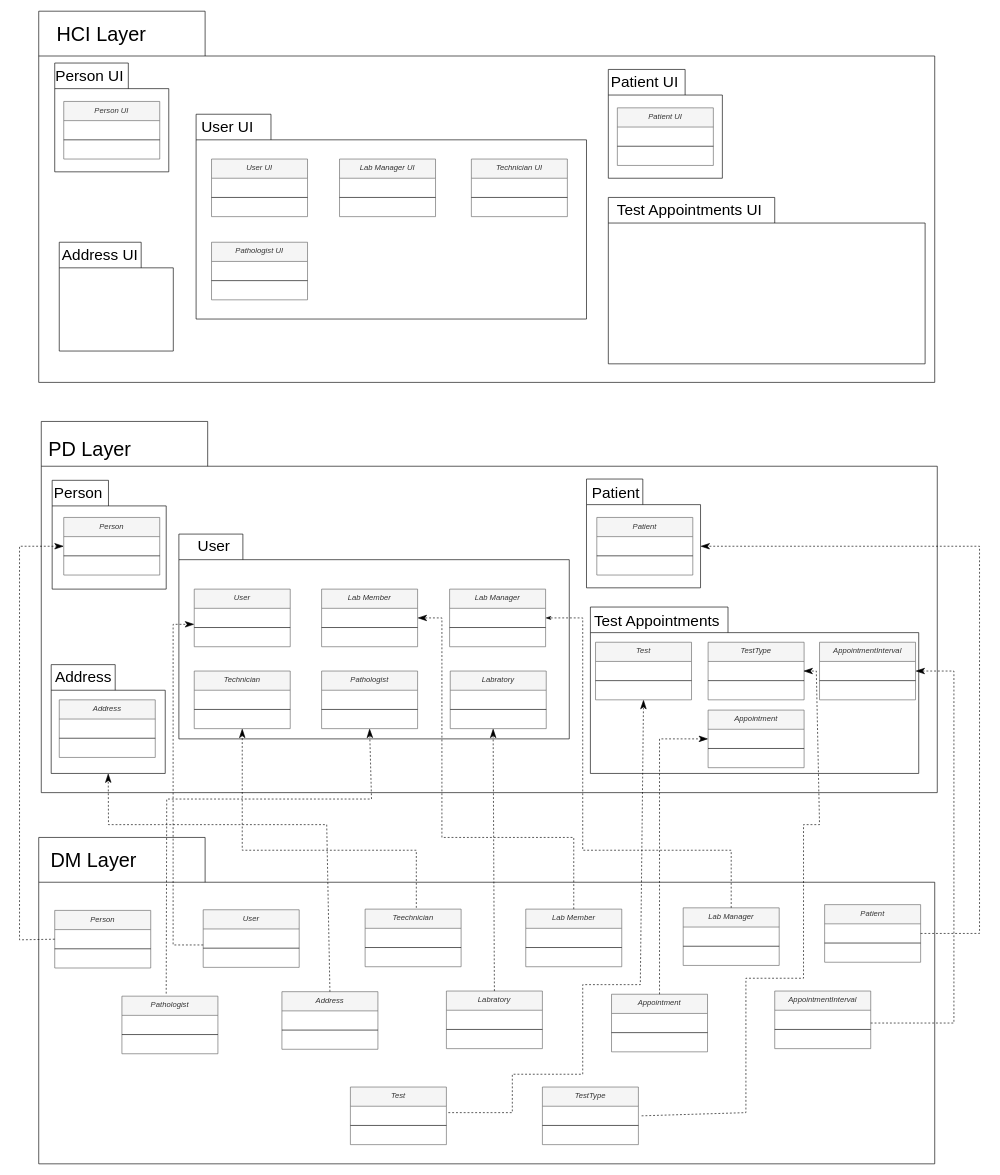
Earlier version of the draw.io diagram PackageDiagram.drawio (ArashSameni/SoftwareEngineering). Source tidied: cells renumbered, new cells numbered last; positions are measured from the earlier drawing's top-left corner, leaving out a move shared by most shapes. Both pictures are drawn from the tidied source at 64%, with x=0, y=0 at pixel (19, 11).
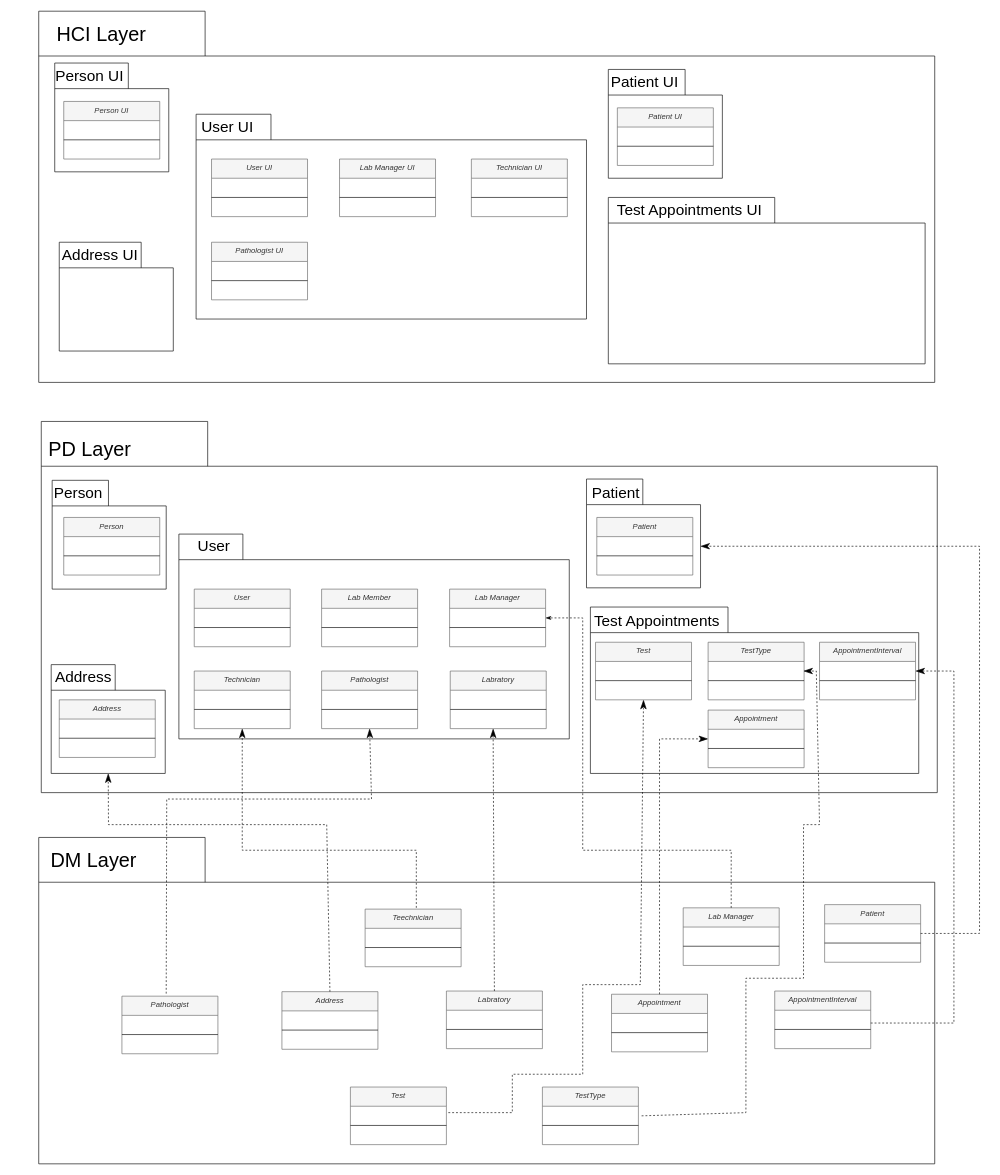
Above is the later version.

Unchanged cells that the change refers to:
```xml
<mxCell id="36" value="Person" style="swimlane;fontStyle=2;align=center;verticalAlign=top;horizontal=1;startSize=30;rounded=0;shadow=0;strokeWidth=1;fillColor=#f5f5f5;fontColor=#333333;strokeColor=#666666;" parent="1" vertex="1">
  <mxGeometry x="69.1" y="791" width="150" height="90" as="geometry" />
</mxCell>
<mxCell id="45" value="Lab Member" style="swimlane;fontStyle=2;align=center;verticalAlign=top;horizontal=1;startSize=30;rounded=0;shadow=0;strokeWidth=1;fillColor=#f5f5f5;fontColor=#333333;strokeColor=#666666;" parent="1" vertex="1">
  <mxGeometry x="472" y="903" width="150" height="90" as="geometry" />
</mxCell>
```

The edit, as a diff of the source:
```diff
@@
-    <mxCell id="4" value="Person" style="swimlane;fontStyle=2;align=center;verticalAlign=top;horizontal=1;startSize=30;rounded=0;shadow=0;strokeWidth=1;fillColor=#f5f5f5;fontColor=#333333;strokeColor=#666666;" parent="1" vertex="1">
-      <mxGeometry x="55" y="1405" width="150" height="90" as="geometry" />
-    </mxCell>
-    <mxCell id="5" style="line;html=1;strokeWidth=1;align=left;verticalAlign=middle;spacingTop=-1;spacingLeft=3;spacingRight=3;labelPosition=right;" parent="4" vertex="1">
-      <mxGeometry y="30" width="150" height="60" as="geometry" />
-    </mxCell>
-    <mxCell id="6" value="User" style="swimlane;fontStyle=2;align=center;verticalAlign=top;horizontal=1;startSize=30;rounded=0;shadow=0;strokeWidth=1;fillColor=#f5f5f5;fontColor=#333333;strokeColor=#666666;" parent="1" vertex="1">
-      <mxGeometry x="287" y="1404" width="150" height="90" as="geometry" />
-    </mxCell>
-    <mxCell id="7" style="line;html=1;strokeWidth=1;align=left;verticalAlign=middle;spacingTop=-1;spacingLeft=3;spacingRight=3;labelPosition=right;" parent="6" vertex="1">
-      <mxGeometry y="30" width="150" height="60" as="geometry" />
-    </mxCell>
@@
-    <mxCell id="10" value="Lab Member" style="swimlane;fontStyle=2;align=center;verticalAlign=top;horizontal=1;startSize=30;rounded=0;shadow=0;strokeWidth=1;fillColor=#f5f5f5;fontColor=#333333;strokeColor=#666666;" parent="1" vertex="1">
-      <mxGeometry x="791" y="1403" width="150" height="90" as="geometry" />
-    </mxCell>
-    <mxCell id="11" style="line;html=1;strokeWidth=1;align=left;verticalAlign=middle;spacingTop=-1;spacingLeft=3;spacingRight=3;labelPosition=right;" parent="10" vertex="1">
-      <mxGeometry y="30" width="150" height="60" as="geometry" />
-    </mxCell>
@@
-    <mxCell id="70" style="endArrow=classicThin;dashed=1;endFill=1;endSize=12;html=1;rounded=0;exitX=0;exitY=0.5;exitDx=0;exitDy=0;entryX=0;entryY=0.5;entryDx=0;entryDy=0;" parent="1" edge="1">
-      <mxGeometry relative="1" as="geometry">
-        <mxPoint x="287" y="1459" as="sourcePoint" />
-        <mxPoint x="273" y="958" as="targetPoint" />
-        <Array as="points">
-          <mxPoint x="240" y="1459" />
-          <mxPoint x="240" y="958" />
-        </Array>
-      </mxGeometry>
-    </mxCell>
-    <mxCell id="71" style="endArrow=classicThin;dashed=1;endFill=1;endSize=12;html=1;rounded=0;exitX=0;exitY=0.5;exitDx=0;exitDy=0;entryX=0;entryY=0.5;entryDx=0;entryDy=0;" parent="1" edge="1" source="4" target="36">
-      <mxGeometry relative="1" as="geometry">
-        <Array as="points">
-          <mxPoint y="1451" />
-          <mxPoint y="836" />
-        </Array>
-      </mxGeometry>
-    </mxCell>
@@
-    <mxCell id="76" style="endArrow=classicThin;dashed=1;endFill=1;endSize=12;html=1;rounded=0;exitX=0.5;exitY=0;exitDx=0;exitDy=0;entryX=1;entryY=0.5;entryDx=0;entryDy=0;" parent="1" edge="1" source="10" target="45">
-      <mxGeometry relative="1" as="geometry">
-        <Array as="points">
-          <mxPoint x="866" y="1291" />
-          <mxPoint x="660" y="1291" />
-          <mxPoint x="660" y="948" />
-        </Array>
-      </mxGeometry>
-    </mxCell>
```
